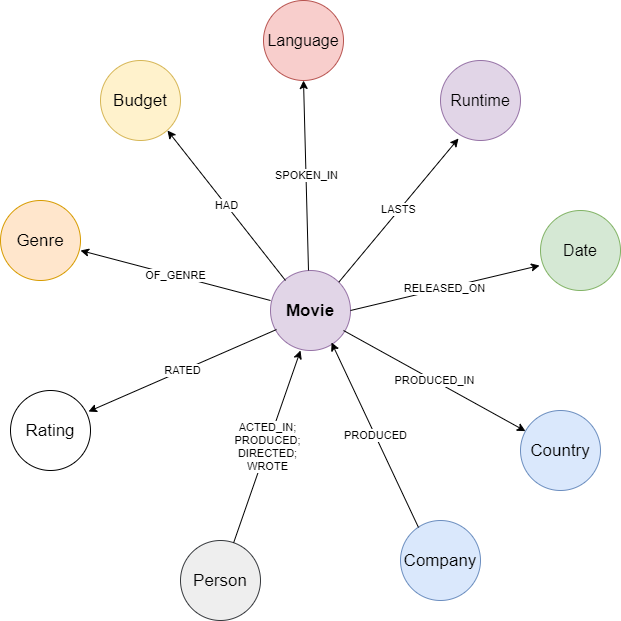
The draw.io diagram visual/movies-graph.png in LampicJ15/neo4j-movies, before a commit. Source tidied: cells renumbered, new cells last; positions are measured from the earlier drawing's top-left corner, leaving out a move shared by most shapes. Its diagram source:
```xml
<mxGraphModel>
  <root>
    <mxCell id="0" />
    <mxCell id="1" parent="0" />
    <mxCell id="2" value="&lt;font&gt;&lt;b&gt;&lt;font style=&quot;font-size: 17px&quot;&gt;Movie&lt;/font&gt;&lt;/b&gt;&lt;br&gt;&lt;/font&gt;" style="ellipse;whiteSpace=wrap;html=1;fillColor=#e1d5e7;strokeColor=#9673a6;" parent="1" vertex="1">
      <mxGeometry x="270" y="270" width="80" height="80" as="geometry" />
    </mxCell>
    <mxCell id="3" value="&lt;font&gt;&lt;font style=&quot;font-size: 17px&quot;&gt;Budget&lt;/font&gt;&lt;br&gt;&lt;/font&gt;" style="ellipse;whiteSpace=wrap;html=1;fillColor=#fff2cc;strokeColor=#d6b656;" parent="1" vertex="1">
      <mxGeometry x="100" y="60" width="80" height="80" as="geometry" />
    </mxCell>
    <mxCell id="4" value="&lt;font&gt;&lt;font style=&quot;font-size: 17px&quot;&gt;Genre&lt;/font&gt;&lt;br&gt;&lt;/font&gt;" style="ellipse;whiteSpace=wrap;html=1;fillColor=#ffe6cc;strokeColor=#d79b00;" parent="1" vertex="1">
      <mxGeometry y="200" width="80" height="80" as="geometry" />
    </mxCell>
    <mxCell id="5" value="&lt;font&gt;&lt;font style=&quot;font-size: 16px&quot;&gt;Language&lt;/font&gt;&lt;br&gt;&lt;/font&gt;" style="ellipse;whiteSpace=wrap;html=1;fillColor=#f8cecc;strokeColor=#b85450;" parent="1" vertex="1">
      <mxGeometry x="263" width="80" height="80" as="geometry" />
    </mxCell>
    <mxCell id="6" value="&lt;font&gt;&lt;font style=&quot;font-size: 16px&quot;&gt;Runtime&lt;/font&gt;&lt;br&gt;&lt;/font&gt;" style="ellipse;whiteSpace=wrap;html=1;fillColor=#e1d5e7;strokeColor=#9673a6;" parent="1" vertex="1">
      <mxGeometry x="440" y="60" width="80" height="80" as="geometry" />
    </mxCell>
    <mxCell id="7" value="&lt;font&gt;&lt;font style=&quot;font-size: 16px&quot;&gt;Date&lt;/font&gt;&lt;br&gt;&lt;/font&gt;" style="ellipse;whiteSpace=wrap;html=1;fillColor=#d5e8d4;strokeColor=#82b366;" parent="1" vertex="1">
      <mxGeometry x="540" y="210" width="80" height="80" as="geometry" />
    </mxCell>
    <mxCell id="8" value="&lt;font&gt;&lt;font style=&quot;font-size: 17px&quot;&gt;Rating&lt;/font&gt;&lt;br&gt;&lt;/font&gt;" style="ellipse;whiteSpace=wrap;html=1;" parent="1" vertex="1">
      <mxGeometry x="10" y="390" width="80" height="80" as="geometry" />
    </mxCell>
    <mxCell id="9" value="&lt;font&gt;&lt;font style=&quot;font-size: 17px&quot;&gt;Company&lt;/font&gt;&lt;br&gt;&lt;/font&gt;" style="ellipse;whiteSpace=wrap;html=1;fillColor=#dae8fc;strokeColor=#6c8ebf;" parent="1" vertex="1">
      <mxGeometry x="400" y="520" width="80" height="80" as="geometry" />
    </mxCell>
    <mxCell id="10" value="&lt;font&gt;&lt;font style=&quot;font-size: 17px&quot;&gt;Country&lt;/font&gt;&lt;br&gt;&lt;/font&gt;" style="ellipse;whiteSpace=wrap;html=1;fillColor=#dae8fc;strokeColor=#6c8ebf;" parent="1" vertex="1">
      <mxGeometry x="520" y="410" width="80" height="80" as="geometry" />
    </mxCell>
    <mxCell id="11" value="&lt;font&gt;&lt;font style=&quot;font-size: 17px&quot;&gt;Person&lt;/font&gt;&lt;br&gt;&lt;/font&gt;" style="ellipse;whiteSpace=wrap;html=1;fillColor=#eeeeee;strokeColor=#36393d;" parent="1" vertex="1">
      <mxGeometry x="180" y="540" width="80" height="80" as="geometry" />
    </mxCell>
    <mxCell id="12" value="HAD" style="endArrow=classic;html=1;strokeColor=#000000;" parent="1" edge="1">
      <mxGeometry relative="1" as="geometry">
        <mxPoint x="285" y="280" as="sourcePoint" />
        <mxPoint x="167" y="130" as="targetPoint" />
      </mxGeometry>
    </mxCell>
    <mxCell id="13" value="SPOKEN_IN" style="endArrow=classic;html=1;strokeColor=#000000;entryX=0.5;entryY=1;entryDx=0;entryDy=0;" parent="1" edge="1" target="5">
      <mxGeometry relative="1" as="geometry">
        <mxPoint x="308" y="270" as="sourcePoint" />
      </mxGeometry>
    </mxCell>
    <mxCell id="14" value="LASTS" style="endArrow=classic;html=1;strokeColor=#000000;entryX=0.225;entryY=0.975;entryDx=0;entryDy=0;entryPerimeter=0;exitX=1;exitY=0;exitDx=0;exitDy=0;" parent="1" edge="1" source="2" target="6">
      <mxGeometry relative="1" as="geometry" />
    </mxCell>
    <mxCell id="15" value="RELEASED_ON" style="endArrow=classic;html=1;strokeColor=#000000;entryX=-0.012;entryY=0.688;entryDx=0;entryDy=0;entryPerimeter=0;" parent="1" edge="1" target="7">
      <mxGeometry relative="1" as="geometry">
        <mxPoint x="350" y="310" as="sourcePoint" />
      </mxGeometry>
    </mxCell>
    <mxCell id="16" value="PRODUCED_IN" style="endArrow=classic;html=1;strokeColor=#000000;" parent="1" edge="1" target="10">
      <mxGeometry relative="1" as="geometry">
        <mxPoint x="343" y="330" as="sourcePoint" />
      </mxGeometry>
    </mxCell>
    <mxCell id="17" value="ACTED_IN;&lt;br&gt;PRODUCED;&lt;br&gt;DIRECTED;&lt;br&gt;WROTE" style="endArrow=classic;html=1;strokeColor=#000000;" parent="1" edge="1" source="11">
      <mxGeometry relative="1" as="geometry">
        <mxPoint x="300" y="350" as="targetPoint" />
      </mxGeometry>
    </mxCell>
    <mxCell id="18" value="OF_GENRE" style="endArrow=classic;html=1;strokeColor=#000000;exitX=0;exitY=0.375;exitDx=0;exitDy=0;exitPerimeter=0;" parent="1" edge="1" source="2">
      <mxGeometry relative="1" as="geometry">
        <mxPoint x="80" y="250" as="targetPoint" />
      </mxGeometry>
    </mxCell>
    <mxCell id="19" value="RATED" style="endArrow=classic;html=1;strokeColor=#000000;entryX=0.975;entryY=0.263;entryDx=0;entryDy=0;entryPerimeter=0;exitX=0.075;exitY=0.738;exitDx=0;exitDy=0;exitPerimeter=0;" parent="1" edge="1" source="2" target="8">
      <mxGeometry relative="1" as="geometry" />
    </mxCell>
    <mxCell id="20" value="PRODUCED" style="endArrow=classic;html=1;strokeColor=#000000;" parent="1" edge="1">
      <mxGeometry relative="1" as="geometry">
        <mxPoint x="418" y="527" as="sourcePoint" />
        <mxPoint x="331" y="342" as="targetPoint" />
      </mxGeometry>
    </mxCell>
  </root>
</mxGraphModel>
```
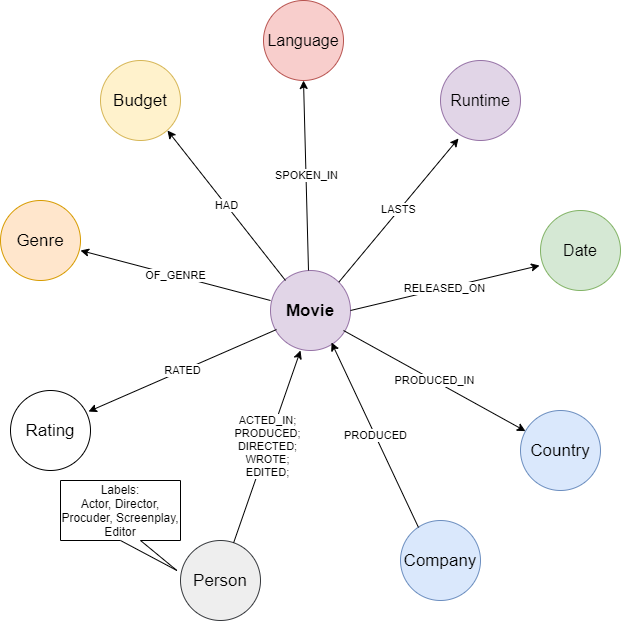
Later version of the same file.

Change to the diagram source:
```diff
@@ -56,7 +56,7 @@
         <mxPoint x="343" y="330" as="sourcePoint" />
       </mxGeometry>
     </mxCell>
-    <mxCell id="17" value="ACTED_IN;&lt;br&gt;PRODUCED;&lt;br&gt;DIRECTED;&lt;br&gt;WROTE" style="endArrow=classic;html=1;strokeColor=#000000;" parent="1" edge="1" source="11">
+    <mxCell id="17" value="ACTED_IN;&lt;br&gt;PRODUCED;&lt;br&gt;DIRECTED;&lt;br&gt;WROTE;&lt;br&gt;EDITED;" style="endArrow=classic;html=1;strokeColor=#000000;" parent="1" edge="1" source="11">
       <mxGeometry relative="1" as="geometry">
         <mxPoint x="300" y="350" as="targetPoint" />
       </mxGeometry>
@@ -75,5 +75,8 @@
         <mxPoint x="331" y="342" as="targetPoint" />
       </mxGeometry>
     </mxCell>
+    <mxCell id="21" value="Labels:&lt;br&gt;Actor, Director, Procuder, Screenplay, Editor" style="shape=callout;whiteSpace=wrap;html=1;perimeter=calloutPerimeter;position2=0.97;" parent="1" vertex="1">
+      <mxGeometry x="60" y="480" width="120" height="90" as="geometry" />
+    </mxCell>
   </root>
 </mxGraphModel>
```
